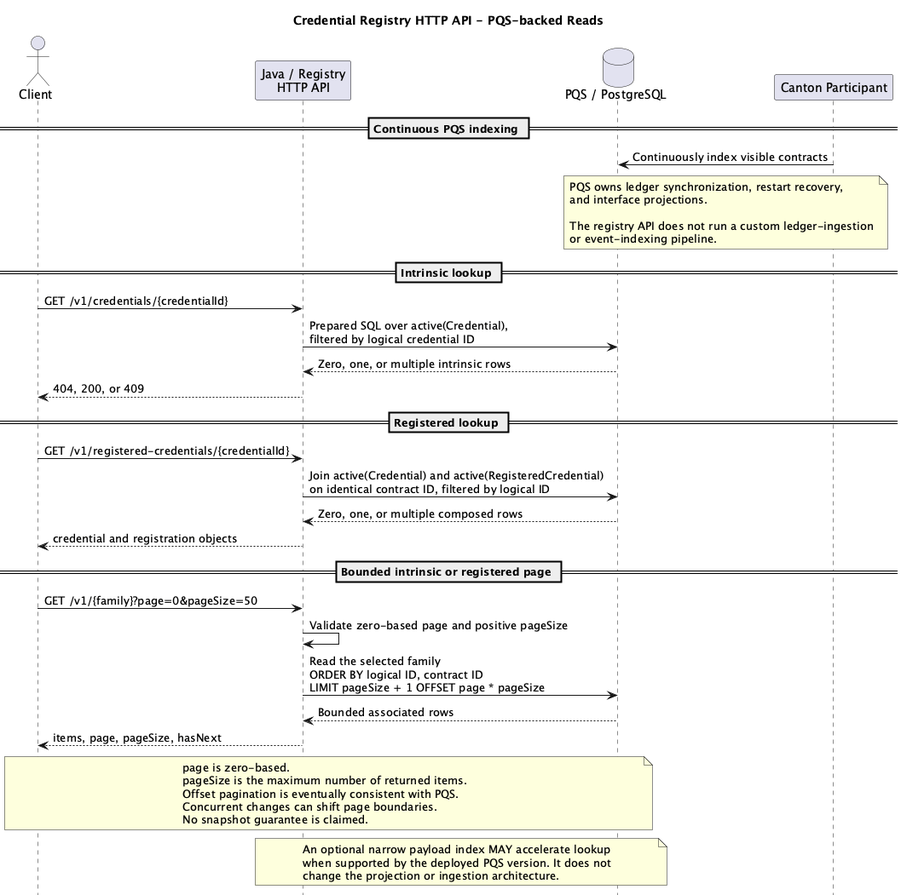
Above: cn-credentials-standard/images/credentials-http-api-sequence.png in unlockitio/cips (PlantUML), before the change.
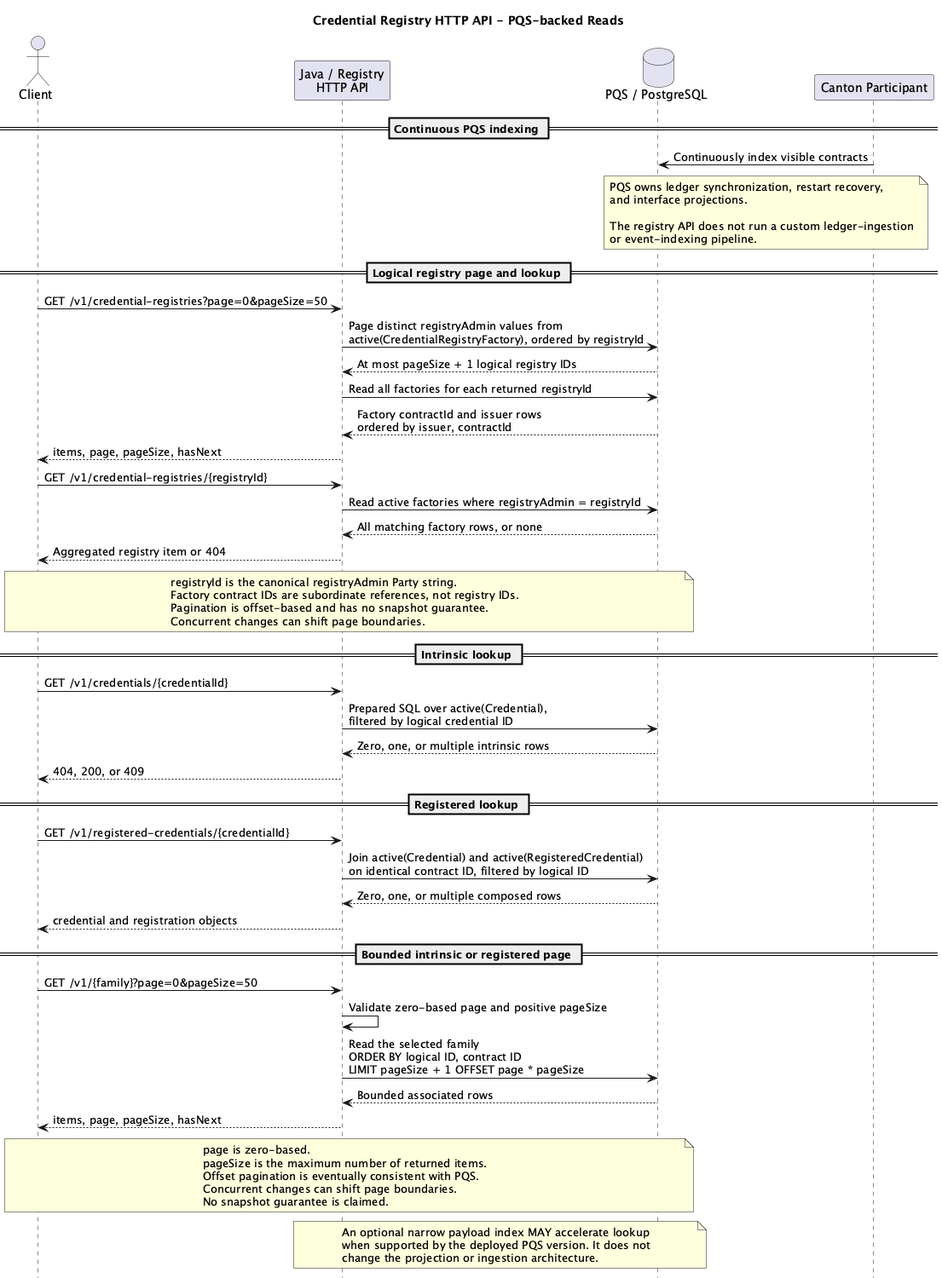
Later version of the same file.

What changed in the source:
```diff
@@ -15,6 +15,25 @@
 
   The registry API does not run a custom ledger-ingestion
   or event-indexing pipeline.
+end note
+
+== Logical registry page and lookup ==
+Client -> API: GET /v1/credential-registries?page=0&pageSize=50
+API -> PQS: Page distinct registryAdmin values from\nactive(CredentialRegistryFactory), ordered by registryId
+PQS --> API: At most pageSize + 1 logical registry IDs
+API -> PQS: Read all factories for each returned registryId
+PQS --> API: Factory contractId and issuer rows\nordered by issuer, contractId
+API --> Client: items, page, pageSize, hasNext
+
+Client -> API: GET /v1/credential-registries/{registryId}
+API -> PQS: Read active factories where registryAdmin = registryId
+PQS --> API: All matching factory rows, or none
+API --> Client: Aggregated registry item or 404
+note over Client,PQS
+  registryId is the canonical registryAdmin Party string.
+  Factory contract IDs are subordinate references, not registry IDs.
+  Pagination is offset-based and has no snapshot guarantee.
+  Concurrent changes can shift page boundaries.
 end note
 
 == Intrinsic lookup ==
```
